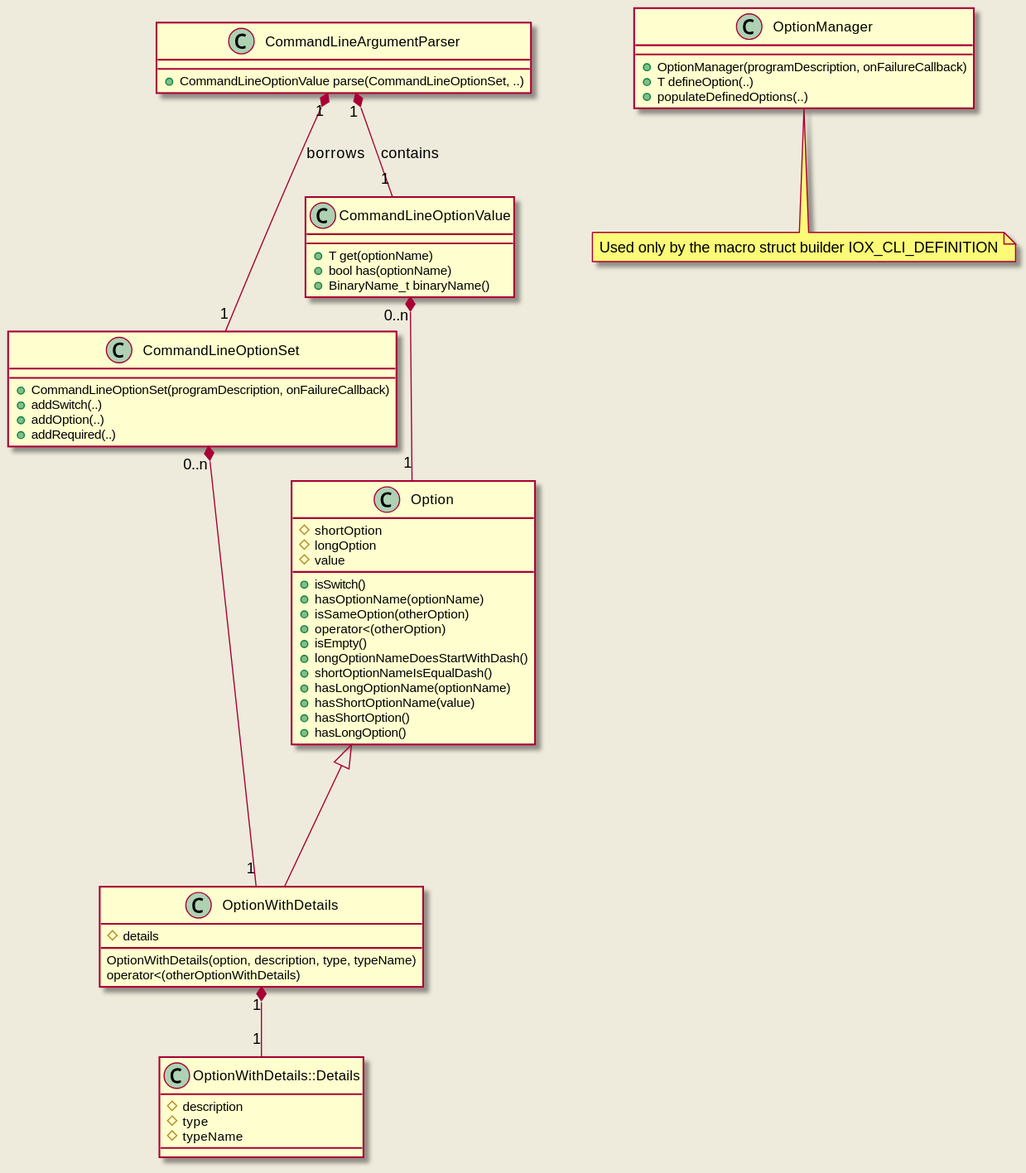
Earlier version of the PlantUML export doc/website/images/command_line_parser_class_overview.svg (eclipse-iceoryx/iceoryx). Its source is kept beside it as doc/design/diagrams/command_line_parser/command_line_parser_class_overview.puml.
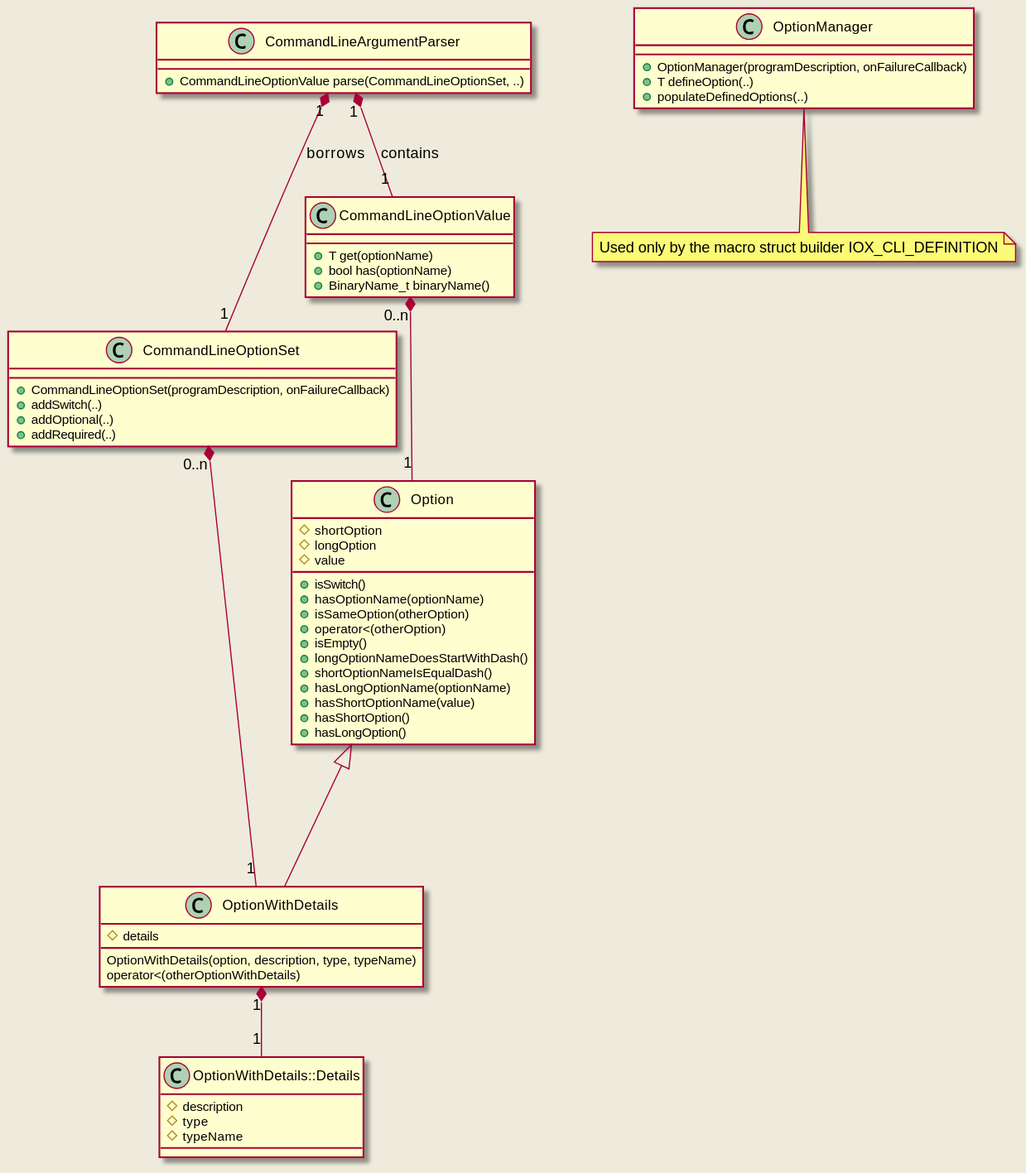
Above is the later version.

Commit message:
iox-#1067 Correct method name in class diagram, update copyright header

Diff of the diagram source:
```diff
@@ -3,7 +3,7 @@
 class CommandLineOptionSet {
     +CommandLineOptionSet(programDescription, onFailureCallback)
     +addSwitch(..)
-    +addOption(..)
+    +addOptional(..)
     +addRequired(..)
 }
 
```
